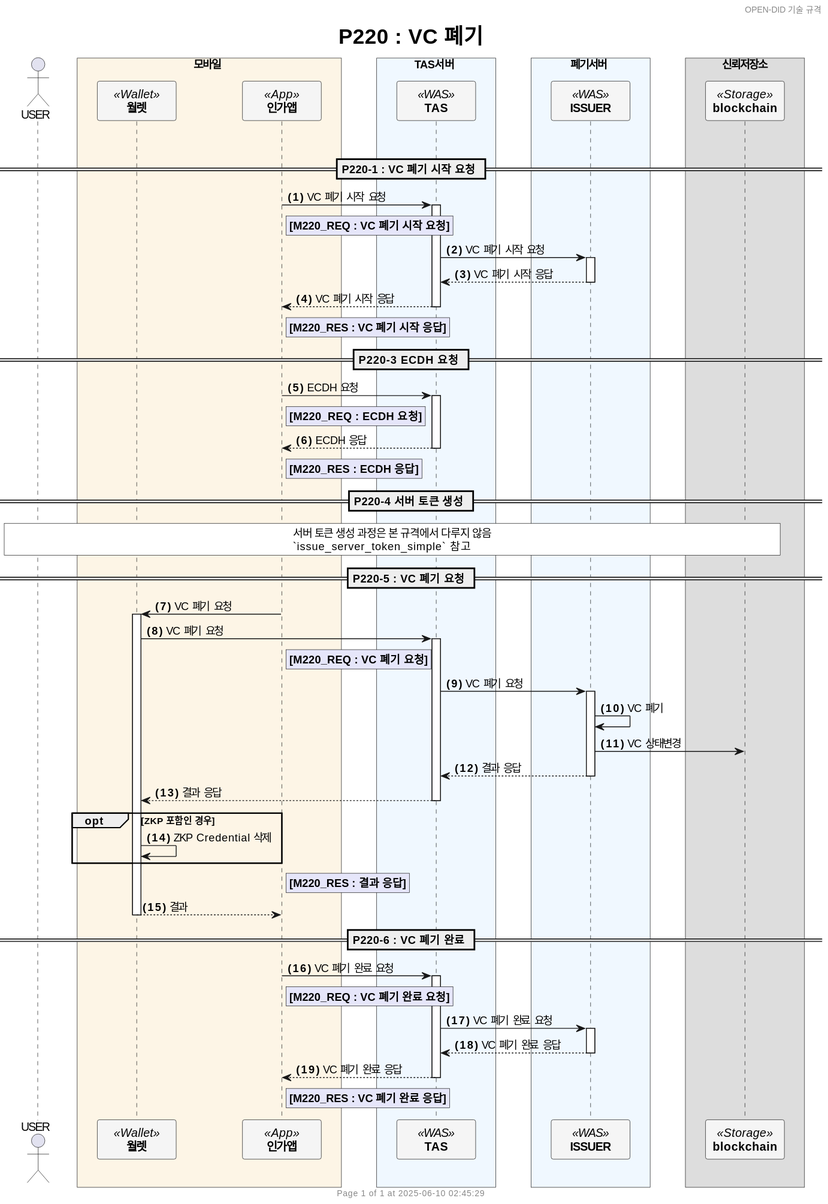
Earlier version of the PlantUML export docs/sequence/simple/images/P220_revoke_vc_simple_ko.svg (OmniOneID/did-doc-architecture). Source of this version:
```plantuml
@startuml
header OPEN-DID 기술 규격
footer
  	Page %page% of %lastpage% at %date("yyyy-MM-dd hh:mm:ss")
end footer

title
	<size:25>P220 : VC 폐기</size>
end title

autonumber "<b>(#)</b>"

skinparam ParticipantPadding 20
skinparam BoxPadding 20
skinparam MaxMessageSize 500
skinparam MinClassWidth 80


actor USER

box 모바일 #OldLace
    participant "**월렛**" as WALLET <<Wallet>> #WhiteSmoke
    participant "**인가앱**" as CA <<App>> #WhiteSmoke
end box

box TAS서버 #AliceBlue
    participant "**TAS**" as TAS <<WAS>> #WhiteSmoke
end box

box 폐기서버 #AliceBlue
    participant "**ISSUER**" as ISSUER <<WAS>> #WhiteSmoke
end box
box 신뢰저장소
    participant "**blockchain**" as BC <<Storage>> #WhiteSmoke
end box


!$refdoc = "별도 문서 참조"
!$doc = "데이터명세 문서 참조"

|||

== P220-1 : VC 폐기 시작 요청 ==
CA -> TAS++: VC 폐기 시작 요청
    rnote right of CA #Lavender
        **[M220_REQ : VC 폐기 시작 요청]**
    end note
    TAS -> ISSUER++: VC 폐기 시작 요청
    return VC 폐기 시작 응답
return VC 폐기 시작 응답
rnote right of CA #Lavender
    **[M220_RES : VC 폐기 시작 응답]**
end note

== P220-3 ECDH 요청 ==
CA -> TAS++ : ECDH 요청
rnote right of CA #Lavender
    **[M220_REQ : ECDH 요청]**
end note

TAS --> CA--: ECDH 응답
rnote right of CA #Lavender
    **[M220_RES : ECDH 응답]**
end note

== P220-4 서버 토큰 생성 ==
rnote across #white
    서버 토큰 생성 과정은 본 규격에서 다루지 않음
    `issue_server_token_simple` 참고
end note

== P220-5 : VC 폐기 요청 ==
CA -> WALLET++: VC 폐기 요청
    WALLET -> TAS++: VC 폐기 요청
        rnote right of CA #Lavender
            **[M220_REQ : VC 폐기 요청]**
        end note
        TAS -> ISSUER++: VC 폐기 요청
            ISSUER -> ISSUER: VC 폐기
            ISSUER -> BC: VC 상태변경
        return 결과 응답
    return 결과 응답

    opt ZKP 포함인 경우
        WALLET -> WALLET: ZKP Credential 삭제
    end
    rnote right of CA #Lavender
        **[M220_RES : 결과 응답]**
    end note
return 결과

== P220-6 : VC 폐기 완료 ==
CA -> TAS++: VC 폐기 완료 요청
    rnote right of CA #Lavender
        **[M220_REQ : VC 폐기 완료 요청]**
    end note
    TAS -> ISSUER++: VC 폐기 완료 요청
    return VC 폐기 완료 응답
return VC 폐기 완료 응답
rnote right of CA #Lavender
    **[M220_RES : VC 폐기 완료 응답]**
end note
deactivate CA
@enduml
```
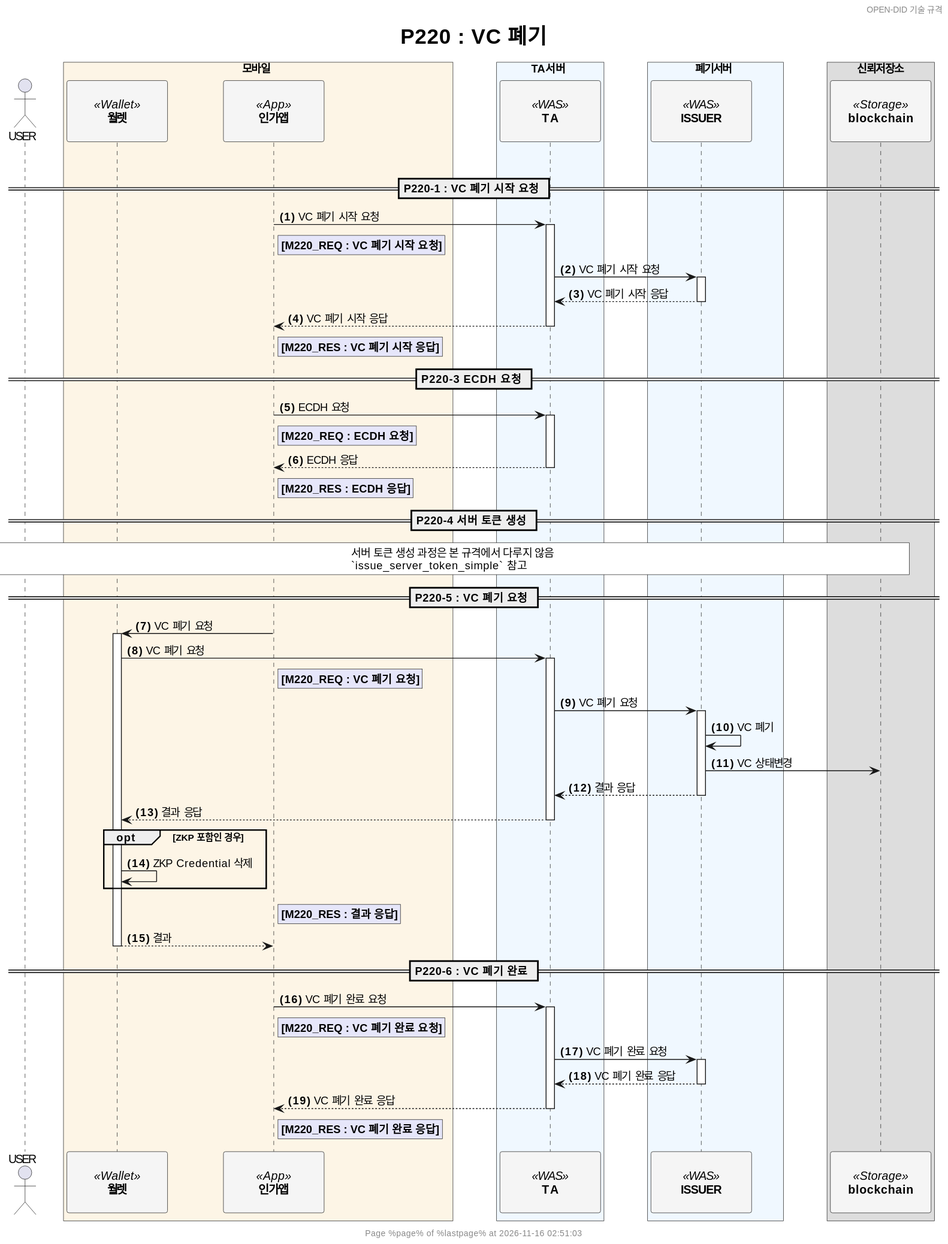
Later version of the same file.

Change to the diagram source:
```diff
@@ -10,7 +10,11 @@
 
 autonumber "<b>(#)</b>"
 
-skinparam ParticipantPadding 20
+<style>
+participant {
+  Padding 20
+}
+</style>
 skinparam BoxPadding 20
 skinparam MaxMessageSize 500
 skinparam MinClassWidth 80
@@ -23,8 +27,8 @@
     participant "**인가앱**" as CA <<App>> #WhiteSmoke
 end box
 
-box TAS서버 #AliceBlue
-    participant "**TAS**" as TAS <<WAS>> #WhiteSmoke
+box TA서버 #AliceBlue
+    participant "**TA**" as TA <<WAS>> #WhiteSmoke
 end box
 
 box 폐기서버 #AliceBlue
@@ -41,11 +45,11 @@
 |||
 
 == P220-1 : VC 폐기 시작 요청 ==
-CA -> TAS++: VC 폐기 시작 요청
+CA -> TA++: VC 폐기 시작 요청
     rnote right of CA #Lavender
         **[M220_REQ : VC 폐기 시작 요청]**
     end note
-    TAS -> ISSUER++: VC 폐기 시작 요청
+    TA -> ISSUER++: VC 폐기 시작 요청
     return VC 폐기 시작 응답
 return VC 폐기 시작 응답
 rnote right of CA #Lavender
@@ -53,12 +57,12 @@
 end note
 
 == P220-3 ECDH 요청 ==
-CA -> TAS++ : ECDH 요청
+CA -> TA++ : ECDH 요청
 rnote right of CA #Lavender
     **[M220_REQ : ECDH 요청]**
 end note
 
-TAS --> CA--: ECDH 응답
+TA --> CA--: ECDH 응답
 rnote right of CA #Lavender
     **[M220_RES : ECDH 응답]**
 end note
@@ -71,11 +75,11 @@
 
 == P220-5 : VC 폐기 요청 ==
 CA -> WALLET++: VC 폐기 요청
-    WALLET -> TAS++: VC 폐기 요청
+    WALLET -> TA++: VC 폐기 요청
         rnote right of CA #Lavender
             **[M220_REQ : VC 폐기 요청]**
         end note
-        TAS -> ISSUER++: VC 폐기 요청
+        TA -> ISSUER++: VC 폐기 요청
             ISSUER -> ISSUER: VC 폐기
             ISSUER -> BC: VC 상태변경
         return 결과 응답
@@ -90,11 +94,11 @@
 return 결과
 
 == P220-6 : VC 폐기 완료 ==
-CA -> TAS++: VC 폐기 완료 요청
+CA -> TA++: VC 폐기 완료 요청
     rnote right of CA #Lavender
         **[M220_REQ : VC 폐기 완료 요청]**
     end note
-    TAS -> ISSUER++: VC 폐기 완료 요청
+    TA -> ISSUER++: VC 폐기 완료 요청
     return VC 폐기 완료 응답
 return VC 폐기 완료 응답
 rnote right of CA #Lavender
```
